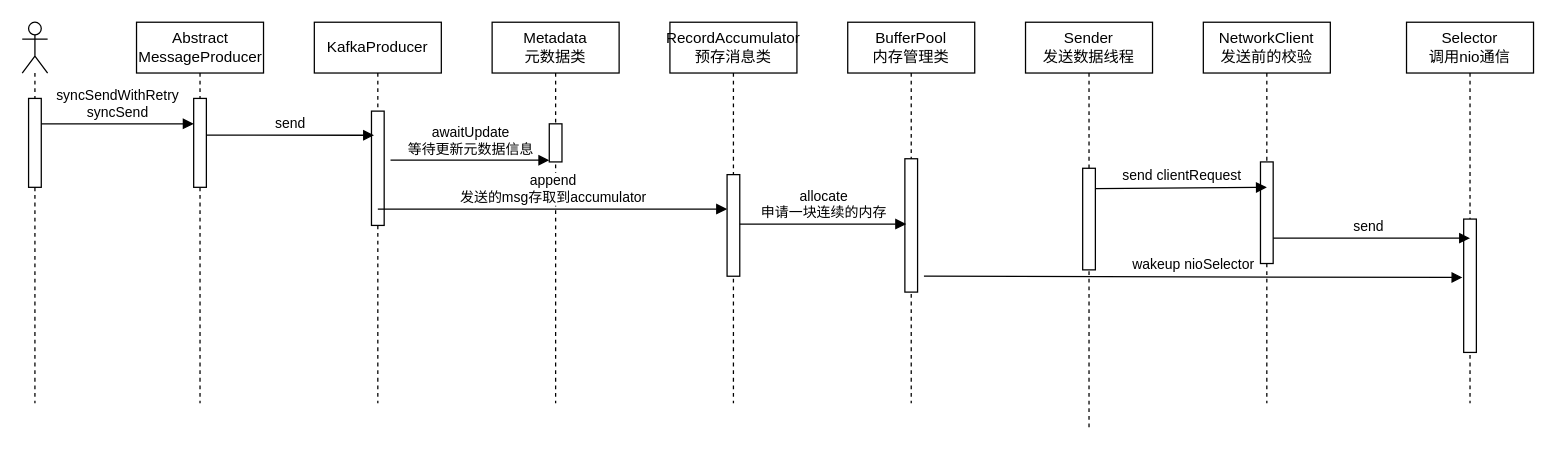
This is tiger syncsend.drawio from jiankekb/my_site, a draw.io file, before an edit. Source tidied: cells renumbered, new cells numbered last; positions are measured from the earlier drawing's top-left corner, leaving out a move shared by most shapes. Both pictures are drawn from the tidied source at 127%, with x=0, y=0 at pixel (22, 22).
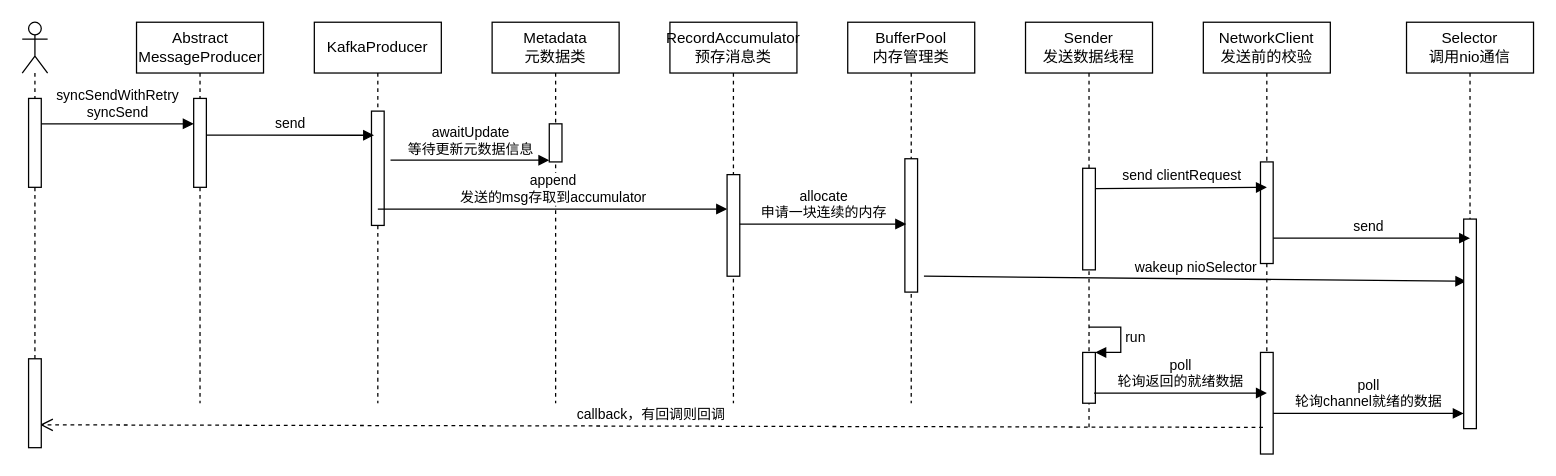
Above is the later version.

The change refers to these unchanged cells:
```xml
<mxCell id="14" value="Sender&lt;br&gt;发送数据线程" style="shape=umlLifeline;perimeter=lifelinePerimeter;whiteSpace=wrap;html=1;" parent="1" vertex="1">
  <mxGeometry x="790" width="100" height="320" as="geometry" />
</mxCell>
```

What changed in the source:
```diff
@@
-    <mxCell id="15" value="wakeup nioSelector" style="html=1;verticalAlign=bottom;endArrow=block;entryX=-0.1;entryY=0.438;entryDx=0;entryDy=0;entryPerimeter=0;" parent="14" edge="1" target="25">
+    <mxCell id="15" value="wakeup nioSelector" style="html=1;verticalAlign=bottom;endArrow=block;entryX=0.2;entryY=0.297;entryDx=0;entryDy=0;entryPerimeter=0;" parent="14" edge="1" target="25">
       <mxGeometry relative="1" as="geometry">
         <mxPoint x="-80" y="200" as="sourcePoint" />
       </mxGeometry>
     </mxCell>
@@
+    <mxCell id="28" style="html=1;points=[];perimeter=orthogonalPerimeter;" parent="14" vertex="1">
+      <mxGeometry x="45" y="260" width="10" height="40" as="geometry" />
+    </mxCell>
+    <mxCell id="29" value="run" style="edgeStyle=orthogonalEdgeStyle;html=1;align=left;spacingLeft=2;endArrow=block;rounded=0;entryX=1;entryY=0;" parent="14" edge="1" target="28">
+      <mxGeometry relative="1" as="geometry">
+        <mxPoint x="50" y="240" as="sourcePoint" />
+        <Array as="points">
+          <mxPoint x="75" y="240" />
+        </Array>
+      </mxGeometry>
+    </mxCell>
@@
     <mxCell id="22" value="NetworkClient&lt;br&gt;发送前的校验" style="shape=umlLifeline;perimeter=lifelinePerimeter;whiteSpace=wrap;html=1;" parent="1" vertex="1">
-      <mxGeometry x="930" width="100" height="300" as="geometry" />
+      <mxGeometry x="930" width="100" height="340" as="geometry" />
     </mxCell>
@@
+    <mxCell id="30" style="html=1;points=[];perimeter=orthogonalPerimeter;" parent="22" vertex="1">
+      <mxGeometry x="45" y="260" width="10" height="80" as="geometry" />
+    </mxCell>
     <mxCell id="24" value="Selector&lt;br&gt;调用nio通信" style="shape=umlLifeline;perimeter=lifelinePerimeter;whiteSpace=wrap;html=1;" parent="1" vertex="1">
-      <mxGeometry x="1090" width="100" height="300" as="geometry" />
+      <mxGeometry x="1090" width="100" height="320" as="geometry" />
     </mxCell>
     <mxCell id="25" style="html=1;points=[];perimeter=orthogonalPerimeter;" parent="24" vertex="1">
-      <mxGeometry x="45" y="155" width="10" height="105" as="geometry" />
+      <mxGeometry x="45" y="155" width="10" height="165" as="geometry" />
     </mxCell>
@@
+    <mxCell id="31" value="poll&lt;br&gt;轮询返回的就绪数据" style="html=1;verticalAlign=bottom;endArrow=block;exitX=0.9;exitY=0.5;exitDx=0;exitDy=0;exitPerimeter=0;" parent="1" edge="1">
+      <mxGeometry relative="1" as="geometry">
+        <mxPoint x="844" y="292" as="sourcePoint" />
+        <mxPoint x="980" y="292" as="targetPoint" />
+      </mxGeometry>
+    </mxCell>
+    <mxCell id="32" value="poll&lt;br&gt;轮询channel就绪的数据" style="html=1;verticalAlign=bottom;endArrow=block;exitX=1;exitY=0.6;exitDx=0;exitDy=0;exitPerimeter=0;" parent="1" edge="1" source="30" target="25">
+      <mxGeometry relative="1" as="geometry" />
+    </mxCell>
+    <mxCell id="33" value="callback，有回调则回调" style="html=1;verticalAlign=bottom;endArrow=open;dashed=1;endSize=8;exitX=0.2;exitY=0.738;exitDx=0;exitDy=0;exitPerimeter=0;entryX=0.9;entryY=0.743;entryDx=0;entryDy=0;entryPerimeter=0;" parent="1" edge="1" source="30" target="34">
+      <mxGeometry relative="1" as="geometry" />
+    </mxCell>
+    <mxCell id="34" style="html=1;points=[];perimeter=orthogonalPerimeter;" parent="1" vertex="1">
+      <mxGeometry x="5" y="265" width="10" height="70" as="geometry" />
+    </mxCell>
```
